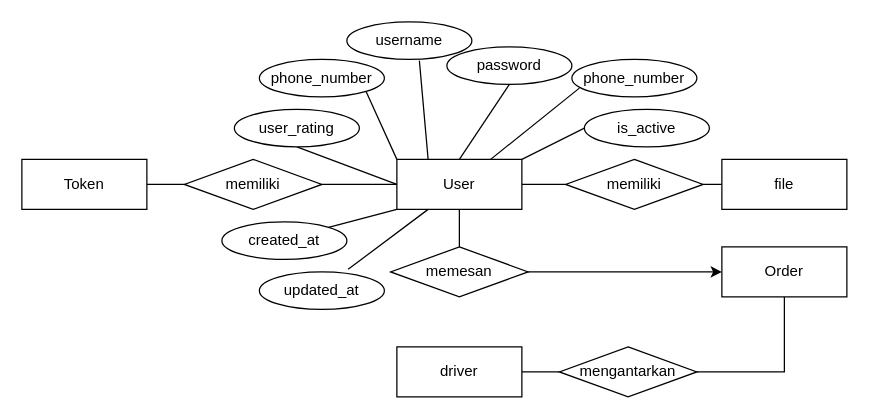
DemoNicky/technical-test keeps this draw.io diagram as starspace/erd.drawio. Above is the earlier version. Source tidied: cells renumbered, new cells numbered last; positions are measured from the earlier drawing's top-left corner, leaving out a move shared by most shapes. Both pictures are drawn from the tidied source at 125%, with x=0, y=0 at pixel (21, 21).
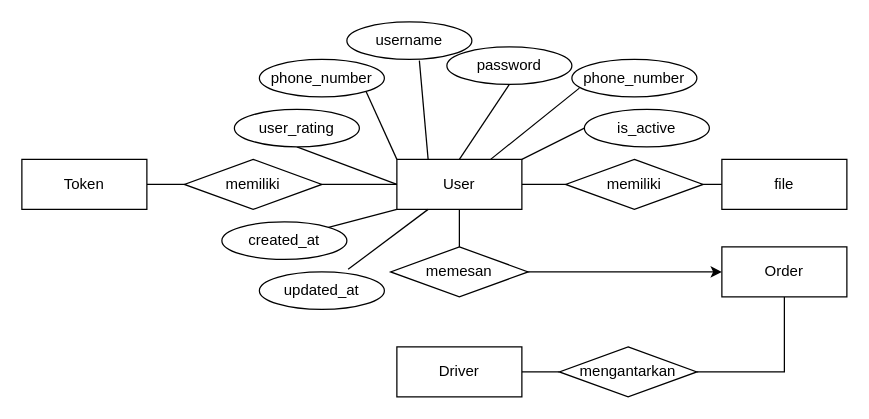
After the change.

Diff of the diagram source:
```diff
@@
-    <mxCell id="29" value="driver" style="rounded=0;whiteSpace=wrap;html=1;" parent="1" vertex="1">
+    <mxCell id="29" value="Driver" style="rounded=0;whiteSpace=wrap;html=1;" parent="1" vertex="1">
       <mxGeometry x="300" y="260" width="100" height="40" as="geometry" />
     </mxCell>
```
